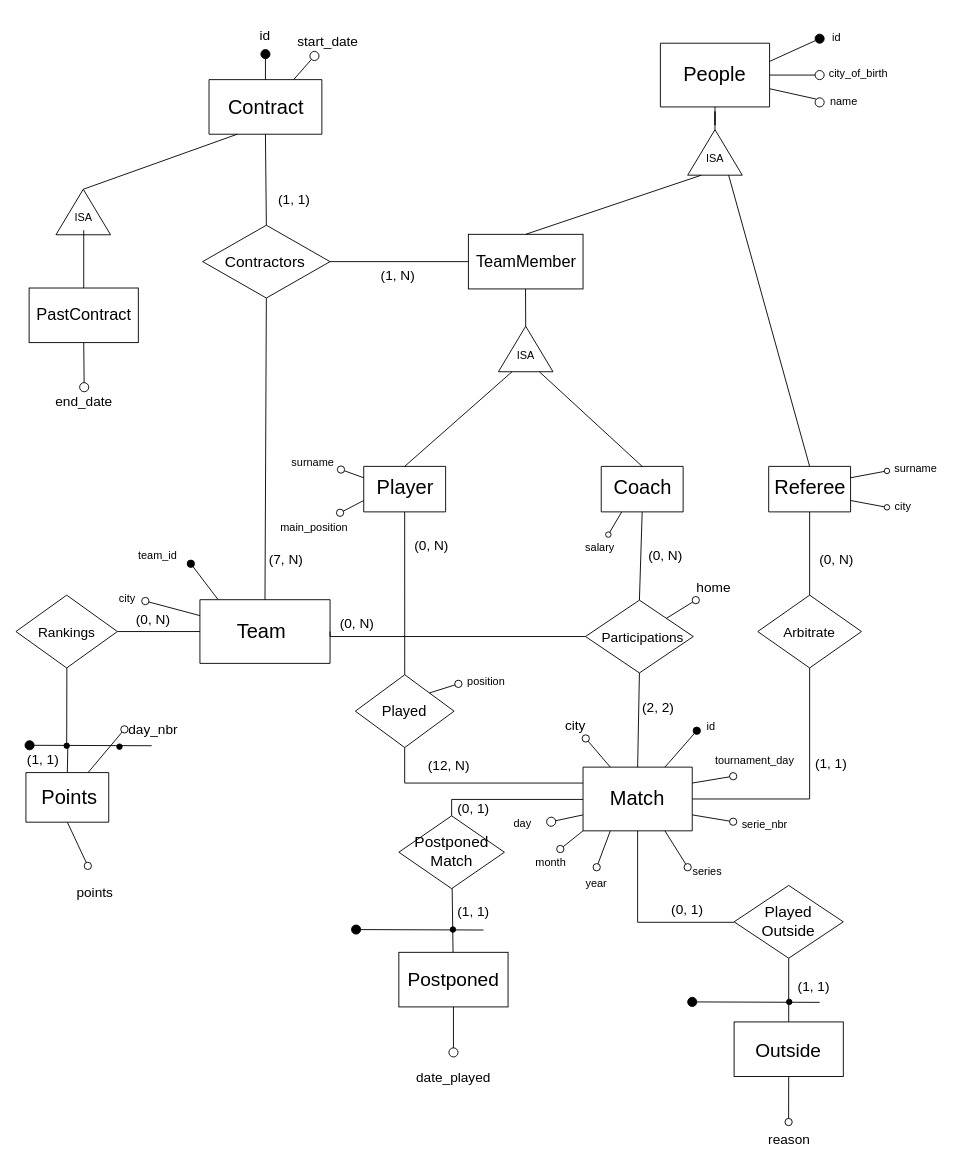
Before: Untitled Diagram.drawio in gmessmer/CSCC43-Databases, a draw.io diagram. Source tidied: cells renumbered, new cells numbered last; positions are measured from the earlier drawing's top-left corner, leaving out a move shared by most shapes. Both pictures are drawn from the tidied source at 91%, with x=0, y=0 at pixel (15, 15).
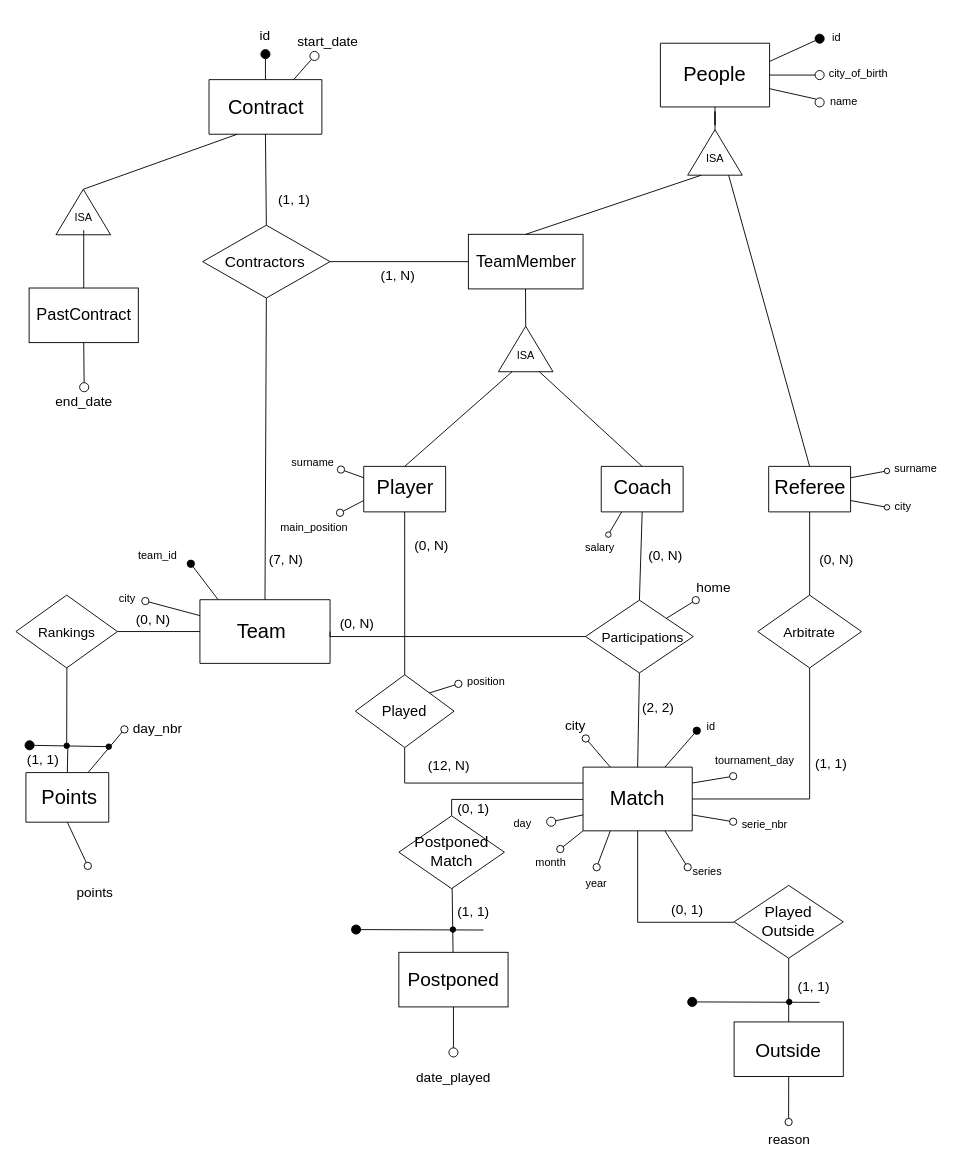
Above is the later version.

Unchanged cells that the change refers to:
```xml
<mxCell id="137" value="(1, 1)" style="text;html=1;strokeColor=none;fillColor=none;align=center;verticalAlign=middle;whiteSpace=wrap;rounded=0;fontSize=15;" parent="1" vertex="1">
  <mxGeometry y="801.5" width="60" height="30" as="geometry" />
</mxCell>
```

Diff of the diagram source:
```diff
@@
     <mxCell id="85" value="day_nbr" style="text;html=1;strokeColor=none;fillColor=none;align=center;verticalAlign=middle;whiteSpace=wrap;rounded=0;fontSize=15;" parent="1" vertex="1">
-      <mxGeometry x="111.2" y="769" width="80" height="30" as="geometry" />
+      <mxGeometry x="116.2" y="767" width="80" height="30" as="geometry" />
     </mxCell>
@@
-    <mxCell id="87" style="endArrow=oval;html=1;rounded=0;fontSize=15;endSize=10;elbow=vertical;endFill=1;entryX=0.25;entryY=0;entryDx=0;entryDy=0;" parent="1" edge="1" target="137">
-      <mxGeometry relative="1" as="geometry">
-        <mxPoint x="149.2" y="802" as="sourcePoint" />
-      </mxGeometry>
+    <mxCell id="87" style="endArrow=oval;html=1;rounded=0;fontSize=15;endSize=10;elbow=vertical;endFill=1;entryX=0.25;entryY=0;entryDx=0;entryDy=0;startArrow=none;" parent="1" edge="1" source="90" target="137">
+      <mxGeometry relative="1" as="geometry" />
     </mxCell>
@@
-    <mxCell id="90" style="ellipse;whiteSpace=wrap;html=1;fontSize=15;fillColor=#000000;" parent="1" vertex="1">
-      <mxGeometry x="110.8" y="800" width="6" height="6" as="geometry" />
-    </mxCell>
@@
+    <mxCell id="90" style="ellipse;whiteSpace=wrap;html=1;fontSize=15;fillColor=#000000;" parent="1" vertex="1">
+      <mxGeometry x="99" y="800" width="6" height="6" as="geometry" />
+    </mxCell>
```
